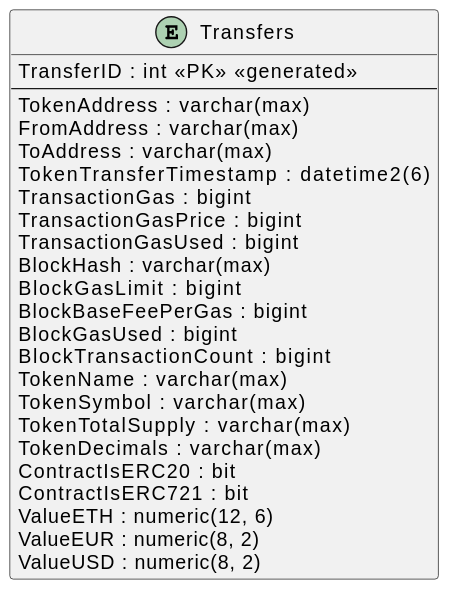
This is diagrams/DSATable.svg from 8200383/ethereum-chain-analysis-and-data-warehouse-design, a PlantUML export, as it was before one commit.
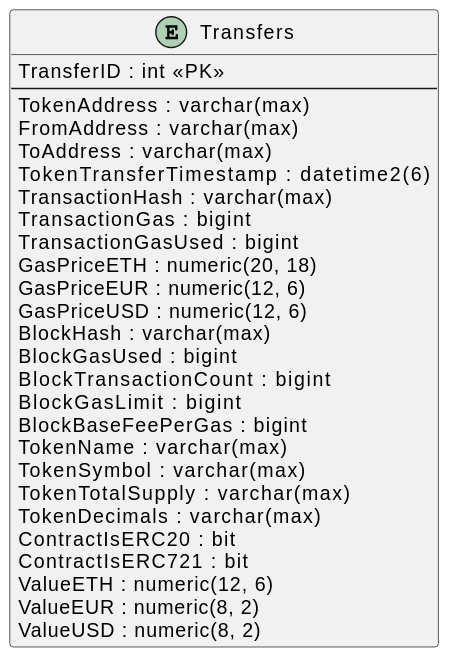
After the commit.

Diff of the diagram source:
```diff
@@ -1,27 +1,30 @@
 @startuml
-entity "Transfers" as transfers {
-TransferID : int <<PK>> <<generated>>
---
-  TokenAddress : varchar(max)
-  FromAddress : varchar(max)
-  ToAddress : varchar(max)
-  TokenTransferTimestamp : datetime2(6)
-  TransactionGas : bigint
-  TransactionGasPrice : bigint
-  TransactionGasUsed : bigint
-  BlockHash : varchar(max)
-  BlockGasLimit : bigint
-  BlockBaseFeePerGas : bigint
-  BlockGasUsed : bigint
-  BlockTransactionCount : bigint
-  TokenName : varchar(max)
-  TokenSymbol : varchar(max)
-  TokenTotalSupply : varchar(max)
-  TokenDecimals : varchar(max)
-  ContractIsERC20 : bit
-  ContractIsERC721 : bit
-  ValueETH : numeric(12, 6)
-  ValueEUR : numeric(8, 2)
-  ValueUSD : numeric(8, 2)
+entity "Transfers" {
+   TransferID : int <<PK>>
+  --
+   TokenAddress : varchar(max)
+   FromAddress : varchar(max)
+   ToAddress : varchar(max)
+   TokenTransferTimestamp : datetime2(6)
+   TransactionHash : varchar(max)
+   TransactionGas : bigint
+   TransactionGasUsed : bigint
+   GasPriceETH : numeric(20, 18)
+   GasPriceEUR : numeric(12, 6)
+   GasPriceUSD : numeric(12, 6)
+   BlockHash : varchar(max)
+   BlockGasUsed : bigint
+   BlockTransactionCount : bigint
+   BlockGasLimit : bigint
+   BlockBaseFeePerGas : bigint
+   TokenName : varchar(max)
+   TokenSymbol : varchar(max)
+   TokenTotalSupply : varchar(max)
+   TokenDecimals : varchar(max)
+   ContractIsERC20 : bit
+   ContractIsERC721 : bit
+   ValueETH : numeric(12, 6)
+   ValueEUR : numeric(8, 2)
+   ValueUSD : numeric(8, 2)
 }
 @enduml
```
